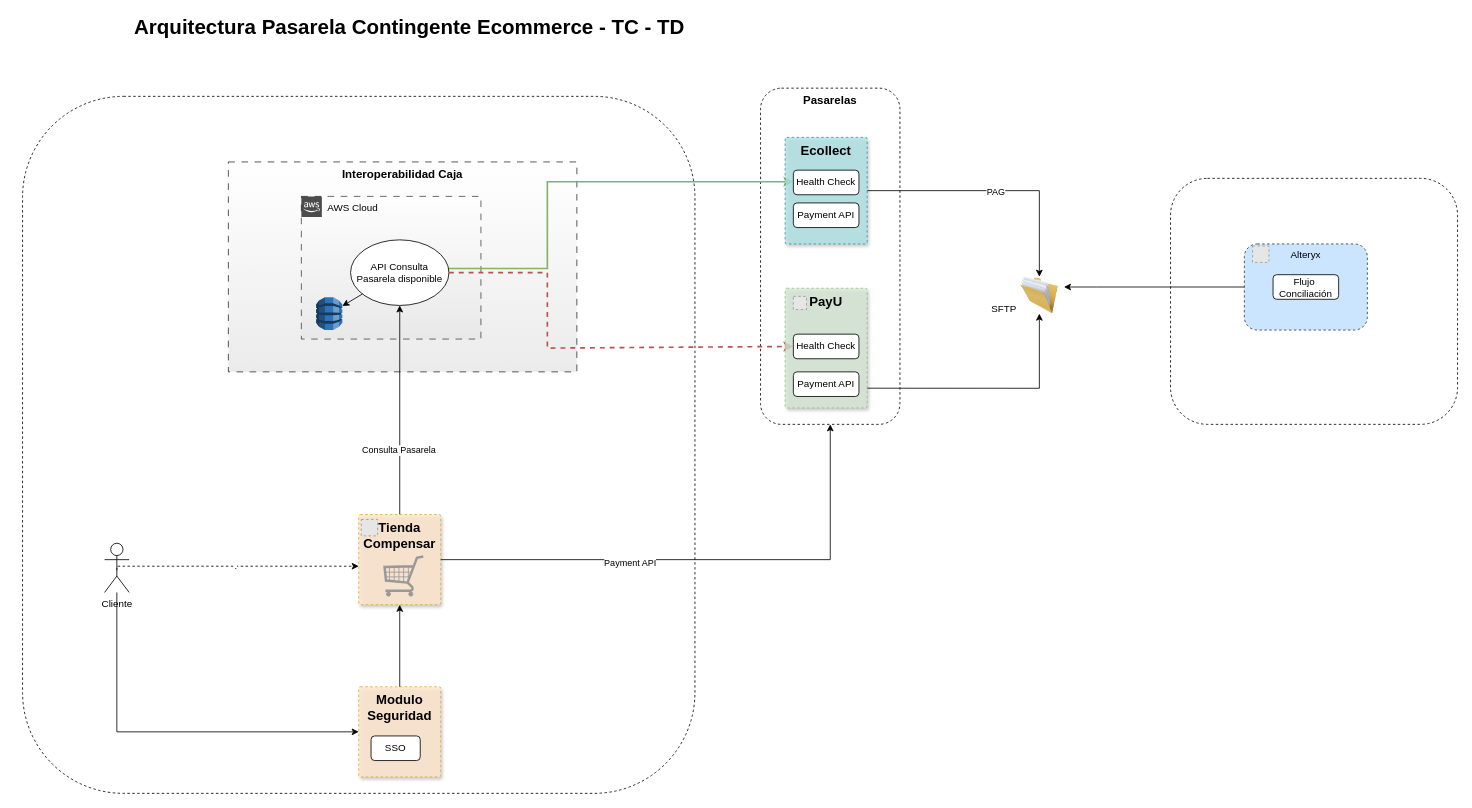
The draw.io diagram page "Tienda" (1 of 3) of Pasarela contingente.drawio in carlosvalderrama1204/diagrams, before the edit. Source tidied: cells renumbered, new cells numbered last; positions are measured from the earlier drawing's top-left corner, leaving out a move shared by most shapes. Both pictures are drawn from the tidied source at 82%, with x=0, y=0 at pixel (22, 14). Pictures stored in the file or linked from it are replaced by grey dashed boxes.
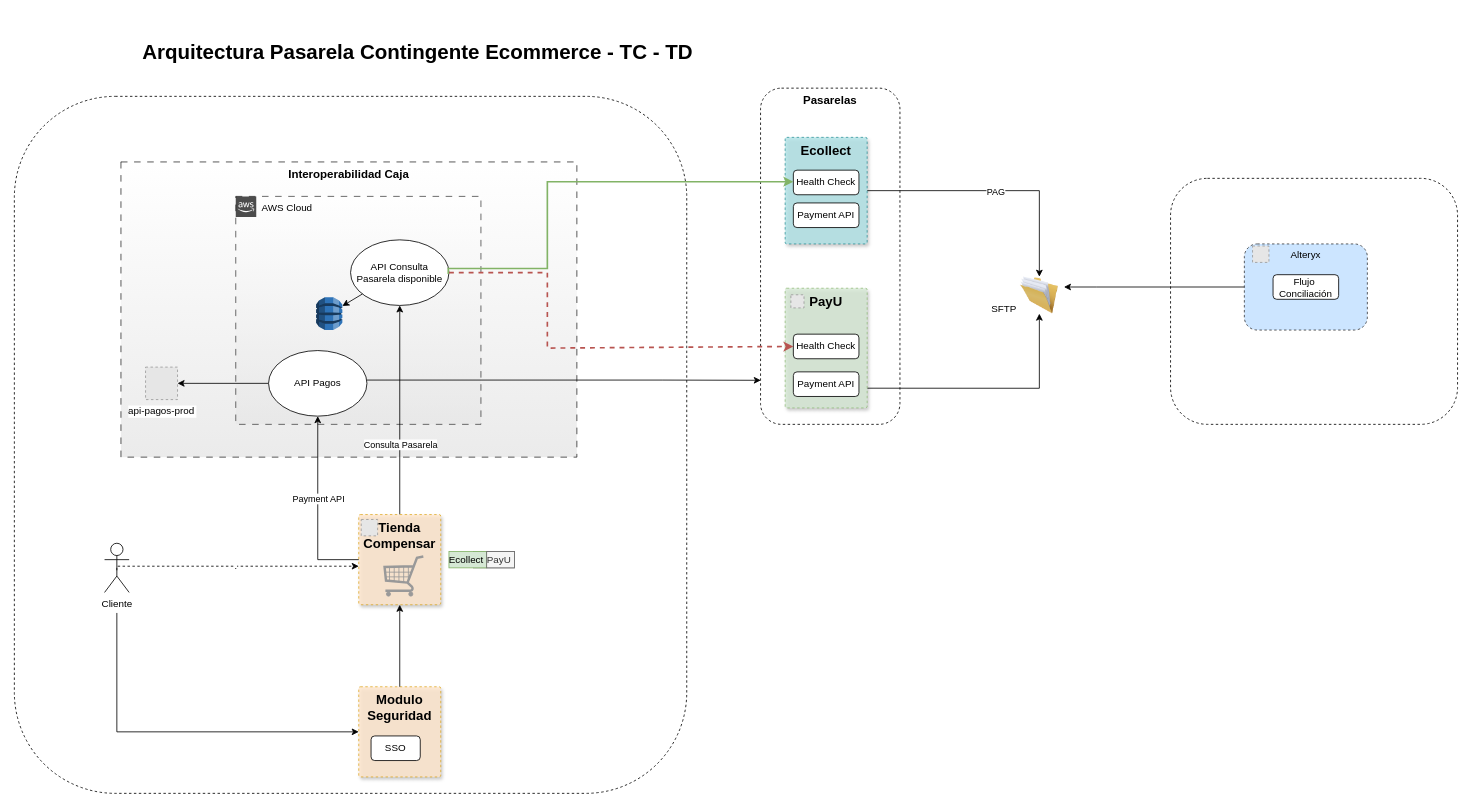
The same page after the edit.

Unchanged cells that the change refers to:
```xml
<mxCell id="2" value="&lt;b&gt;&lt;font style=&quot;font-size: 14px;&quot;&gt;Pasarelas&lt;/font&gt;&lt;/b&gt;" style="rounded=1;whiteSpace=wrap;html=1;verticalAlign=top;dashed=1;" parent="1" vertex="1">
  <mxGeometry x="900" y="90" width="170" height="410" as="geometry" />
</mxCell>
<mxCell id="7" value="Cliente" style="shape=umlActor;verticalLabelPosition=bottom;verticalAlign=top;html=1;outlineConnect=0;" parent="1" vertex="1">
  <mxGeometry x="100" y="645" width="30" height="60" as="geometry" />
</mxCell>
<mxCell id="10" value="API Consulta Pasarela disponible" style="ellipse;whiteSpace=wrap;html=1;" parent="1" vertex="1">
  <mxGeometry x="400" y="275" width="120" height="80" as="geometry" />
</mxCell>
<mxCell id="11" style="edgeStyle=orthogonalEdgeStyle;rounded=0;jettySize=auto;html=1;" parent="1" edge="1" source="18" target="10">
  <mxGeometry relative="1" as="geometry" />
</mxCell>
<mxCell id="18" value="Tienda Compensar" style="rounded=1;whiteSpace=wrap;html=1;labelBackgroundColor=none;labelBorderColor=none;fillStyle=auto;strokeColor=#d79b00;fontSize=16;fillColor=#ffe6cc;opacity=80;verticalAlign=top;align=center;dashed=1;arcSize=2;fontStyle=1;shadow=1;" parent="17" vertex="1">
  <mxGeometry width="100" height="110" as="geometry" />
</mxCell>
<mxCell id="24" value="Modulo Seguridad" style="rounded=1;whiteSpace=wrap;html=1;labelBackgroundColor=none;labelBorderColor=none;fillStyle=auto;strokeColor=#d79b00;fontSize=16;fillColor=#ffe6cc;opacity=80;verticalAlign=top;align=center;dashed=1;arcSize=2;fontStyle=1;shadow=1;" parent="23" vertex="1">
  <mxGeometry width="100" height="110" as="geometry" />
</mxCell>
<mxCell id="42" style="group;" parent="1" vertex="1">
  <mxGeometry x="930" y="334" width="100" height="146" as="geometry" />
</mxCell>
<mxCell id="45" value="Health Check" style="rounded=1;whiteSpace=wrap;html=1;" parent="42" vertex="1">
  <mxGeometry x="10" y="56" width="80" height="30" as="geometry" />
</mxCell>
```

The edit, as a diff of the source:
```diff
@@
     <mxCell id="3" style="rounded=1;whiteSpace=wrap;html=1;dashed=1;" parent="1" vertex="1">
-      <mxGeometry y="100" width="820" height="850" as="geometry" />
+      <mxGeometry x="-10" y="100" width="820" height="850" as="geometry" />
     </mxCell>
     <mxCell id="4" value="Interoperabilidad Caja" style="rounded=1;whiteSpace=wrap;html=1;fontSize=14;verticalAlign=top;fontStyle=1;dashed=1;fillStyle=auto;gradientColor=#E6E6E6;dashPattern=8 8;arcSize=0;align=center;opacity=80;" parent="1" vertex="1">
-      <mxGeometry x="251" y="180" width="425" height="256" as="geometry" />
+      <mxGeometry x="120" y="180" width="556" height="360" as="geometry" />
     </mxCell>
@@
-    <mxCell id="6" style="edgeStyle=orthogonalEdgeStyle;rounded=0;jettySize=auto;html=1;entryX=0;entryY=0.5;entryDx=0;entryDy=0;" parent="1" edge="1" source="7" target="24">
+    <mxCell id="6" style="edgeStyle=orthogonalEdgeStyle;rounded=0;jettySize=auto;html=1;entryX=0;entryY=0.5;entryDx=0;entryDy=0;" parent="1" edge="1" target="24">
       <mxGeometry relative="1" as="geometry">
+        <mxPoint x="115" y="730" as="sourcePoint" />
         <Array as="points">
           <mxPoint x="115" y="875" />
         </Array>
       </mxGeometry>
     </mxCell>
@@
     <mxCell id="8" value="AWS Cloud" style="html=1;whiteSpace=wrap;fontSize=12;fontStyle=0;shape=mxgraph.aws4.group;grIcon=mxgraph.aws4.group_aws_cloud_alt;fillColor=default;verticalAlign=top;align=left;spacingLeft=30;dashed=1;fillStyle=auto;gradientColor=#E6E6E6;dashPattern=8 8;rounded=1;opacity=70;" parent="1" vertex="1">
-      <mxGeometry x="340" y="222" width="219" height="174" as="geometry" />
+      <mxGeometry x="260" y="222" width="299" height="278" as="geometry" />
     </mxCell>
-    <mxCell id="9" style="edgeStyle=orthogonalEdgeStyle;rounded=0;jettySize=auto;html=1;fillColor=#d5e8d4;gradientColor=#97d077;strokeColor=#82b366;strokeWidth=2;entryX=0.017;entryY=0.47;entryDx=0;entryDy=0;entryPerimeter=0;exitX=0.993;exitY=0.522;exitDx=0;exitDy=0;exitPerimeter=0;" parent="1" edge="1" source="10">
-      <mxGeometry relative="1" as="geometry">
-        <mxPoint x="940" y="204.1" as="targetPoint" />
-        <Array as="points">
-          <mxPoint x="519" y="310" />
-          <mxPoint x="640" y="310" />
-          <mxPoint x="640" y="204" />
-        </Array>
-      </mxGeometry>
-    </mxCell>
@@
     <mxCell id="12" value="Consulta Pasarela" style="edgeLabel;html=1;align=center;verticalAlign=middle;" parent="11" vertex="1">
-      <mxGeometry x="-0.38" y="2" relative="1" as="geometry" />
+      <mxGeometry x="-0.38" y="2" relative="1" as="geometry">
+        <mxPoint x="2" y="-7" as="offset" />
+      </mxGeometry>
     </mxCell>
-    <mxCell id="13" style="endArrow=classic;html=1;rounded=0;exitX=1;exitY=0.5;exitDx=0;exitDy=0;entryX=0;entryY=0.5;entryDx=0;entryDy=0;fillColor=#f8cecc;gradientColor=#ea6b66;strokeColor=#b85450;strokeWidth=2;dashed=1;" parent="1" edge="1" source="10" target="45">
-      <mxGeometry relative="1" as="geometry">
-        <Array as="points">
-          <mxPoint x="640" y="315" />
-          <mxPoint x="640" y="407" />
-        </Array>
-      </mxGeometry>
-    </mxCell>
     <mxCell id="14" value="&lt;font style=&quot;font-size: 25px;&quot;&gt;Arquitectura Pasarela Contingente Ecommerce - TC - TD&lt;/font&gt;" style="text;html=1;strokeColor=none;fillColor=none;align=center;verticalAlign=middle;whiteSpace=wrap;rounded=0;fontSize=20;fontStyle=1;" parent="1" vertex="1">
-      <mxGeometry x="90" width="764" height="30" as="geometry" />
+      <mxGeometry x="100" y="30" width="764" height="30" as="geometry" />
     </mxCell>
@@
-    <mxCell id="21" style="edgeStyle=orthogonalEdgeStyle;rounded=0;jettySize=auto;html=1;" parent="1" edge="1" source="18" target="2">
-      <mxGeometry relative="1" as="geometry" />
+    <mxCell id="21" style="edgeStyle=orthogonalEdgeStyle;rounded=0;jettySize=auto;html=1;entryX=0.5;entryY=1;entryDx=0;entryDy=0;" parent="1" edge="1" source="18" target="50">
+      <mxGeometry relative="1" as="geometry">
+        <Array as="points">
+          <mxPoint x="360" y="665" />
+        </Array>
+      </mxGeometry>
     </mxCell>
     <mxCell id="22" value="Payment API" style="edgeLabel;html=1;align=center;verticalAlign=middle;" parent="21" vertex="1">
-      <mxGeometry x="-0.28" y="-3" relative="1" as="geometry" />
+      <mxGeometry x="-0.28" y="-3" relative="1" as="geometry">
+        <mxPoint x="-3" y="-44" as="offset" />
+      </mxGeometry>
     </mxCell>
@@
+    <mxCell id="47" value="api-pagos-prod" style="fillColor=#E6E6E6;strokeColor=#999999;dashed=1;verticalLabelPosition=bottom;labelBackgroundColor=default;verticalAlign=top;" parent="1" vertex="1">
+      <mxGeometry x="150" y="430.2" width="39" height="39.6" as="geometry" />
+    </mxCell>
@@
     <mxCell id="44" style="fillColor=#E6E6E6;strokeColor=#999999;dashed=1;verticalLabelPosition=bottom;labelBackgroundColor=default;verticalAlign=top;" parent="42" vertex="1">
-      <mxGeometry x="10" y="10" width="16" height="16" as="geometry" />
+      <mxGeometry x="7" y="8" width="16" height="16" as="geometry" />
     </mxCell>
@@
+    <mxCell id="48" style="edgeStyle=orthogonalEdgeStyle;rounded=0;jettySize=auto;html=1;entryX=0.002;entryY=0.869;entryDx=0;entryDy=0;entryPerimeter=0;" parent="1" edge="1" source="50" target="2">
+      <mxGeometry relative="1" as="geometry">
+        <Array as="points">
+          <mxPoint x="780" y="446" />
+          <mxPoint x="780" y="446" />
+        </Array>
+      </mxGeometry>
+    </mxCell>
+    <mxCell id="49" style="edgeStyle=orthogonalEdgeStyle;rounded=0;jettySize=auto;html=1;" parent="1" edge="1" source="50" target="47">
+      <mxGeometry relative="1" as="geometry" />
+    </mxCell>
+    <mxCell id="50" value="API Pagos" style="ellipse;whiteSpace=wrap;html=1;" parent="1" vertex="1">
+      <mxGeometry x="300" y="410" width="120" height="80" as="geometry" />
+    </mxCell>
+    <mxCell id="13" style="endArrow=classic;html=1;rounded=0;exitX=1;exitY=0.5;exitDx=0;exitDy=0;entryX=0;entryY=0.5;entryDx=0;entryDy=0;fillColor=#f8cecc;gradientColor=#ea6b66;strokeColor=#b85450;strokeWidth=2;dashed=1;" parent="1" edge="1" source="10" target="45">
+      <mxGeometry relative="1" as="geometry">
+        <Array as="points">
+          <mxPoint x="640" y="315" />
+          <mxPoint x="640" y="407" />
+        </Array>
+      </mxGeometry>
+    </mxCell>
+    <mxCell id="9" style="edgeStyle=orthogonalEdgeStyle;rounded=0;jettySize=auto;html=1;fillColor=#d5e8d4;gradientColor=#97d077;strokeColor=#82b366;strokeWidth=2;entryX=0.017;entryY=0.47;entryDx=0;entryDy=0;entryPerimeter=0;exitX=0.993;exitY=0.522;exitDx=0;exitDy=0;exitPerimeter=0;" parent="1" edge="1" source="10">
+      <mxGeometry relative="1" as="geometry">
+        <mxPoint x="940" y="204.1" as="targetPoint" />
+        <Array as="points">
+          <mxPoint x="519" y="310" />
+          <mxPoint x="640" y="310" />
+          <mxPoint x="640" y="204" />
+        </Array>
+      </mxGeometry>
+    </mxCell>
+    <mxCell id="51" style="group;fillColor=#f5f5f5;fontColor=#333333;strokeColor=#666666;" parent="1" vertex="1">
+      <mxGeometry x="550" y="655" width="50" height="20" as="geometry" />
+    </mxCell>
+    <mxCell id="52" style="group;" parent="1" vertex="1">
+      <mxGeometry x="520" y="655" width="80" height="20" as="geometry" />
+    </mxCell>
+    <mxCell id="53" value="Ecollect&amp;nbsp;" style="rounded=0;whiteSpace=wrap;html=1;fillColor=#d5e8d4;strokeColor=#82b366;" parent="52" vertex="1">
+      <mxGeometry width="46" height="20" as="geometry" />
+    </mxCell>
+    <mxCell id="54" value="PayU&amp;nbsp;" style="rounded=0;whiteSpace=wrap;html=1;fillColor=#f5f5f5;strokeColor=#666666;fontColor=#333333;" parent="52" vertex="1">
+      <mxGeometry x="46" width="34" height="20" as="geometry" />
+    </mxCell>
```
